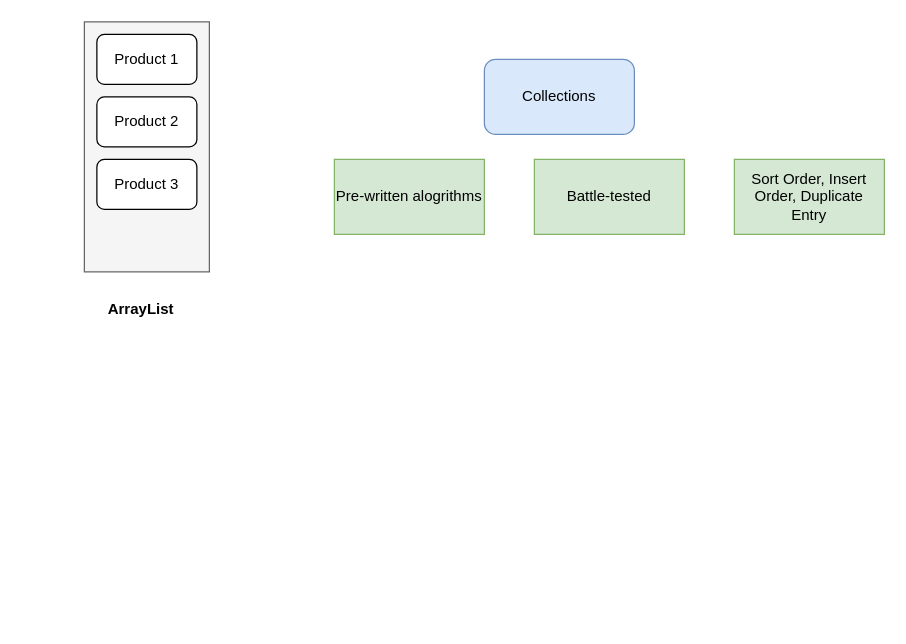
Earlier version of the draw.io diagram page "Collections" (8 of 8) of java/diagrams/java-workflow.drawio (aukokyong/jfs-master). Source tidied: cells renumbered, new cells numbered last; positions are measured from the earlier drawing's top-left corner, leaving out a move shared by most shapes. Both pictures are drawn from the tidied source at 125%, with x=0, y=0 at pixel (84, 21).
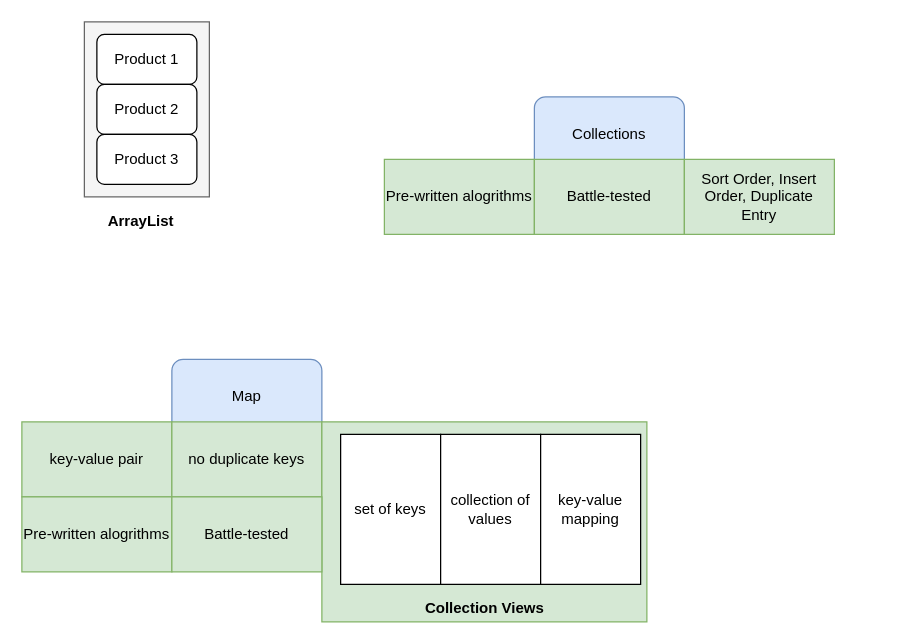
Above is the later version.

Diff of the diagram source:
```diff
@@
     <mxCell id="2" style="rounded=0;whiteSpace=wrap;html=1;align=left;fillColor=#f5f5f5;strokeColor=#666666;fontColor=#333333;" parent="1" vertex="1">
-      <mxGeometry width="100" height="200" as="geometry" />
+      <mxGeometry width="100" height="140" as="geometry" />
     </mxCell>
@@
     <mxCell id="4" value="Product 2" style="rounded=1;whiteSpace=wrap;html=1;align=center;" parent="1" vertex="1">
-      <mxGeometry x="10" y="60" width="80" height="40" as="geometry" />
+      <mxGeometry x="10" y="50" width="80" height="40" as="geometry" />
     </mxCell>
     <mxCell id="5" value="Product 3" style="rounded=1;whiteSpace=wrap;html=1;align=center;" parent="1" vertex="1">
-      <mxGeometry x="10" y="110" width="80" height="40" as="geometry" />
+      <mxGeometry x="10" y="90" width="80" height="40" as="geometry" />
     </mxCell>
     <mxCell id="6" value="ArrayList" style="text;html=1;align=center;verticalAlign=middle;fontStyle=1;" parent="1" vertex="1">
-      <mxGeometry x="10" y="220" width="70" height="20" as="geometry" />
+      <mxGeometry x="10" y="150" width="70" height="20" as="geometry" />
     </mxCell>
     <mxCell id="7" value="Collections" style="rounded=1;whiteSpace=wrap;html=1;align=center;fillColor=#dae8fc;strokeColor=#6c8ebf;" parent="1" vertex="1">
-      <mxGeometry x="320" y="30" width="120" height="60" as="geometry" />
+      <mxGeometry x="360" y="60" width="120" height="60" as="geometry" />
     </mxCell>
     <mxCell id="8" value="Pre-written alogrithms" style="rounded=0;whiteSpace=wrap;html=1;align=center;fillColor=#d5e8d4;strokeColor=#82b366;" parent="1" vertex="1">
-      <mxGeometry x="200" y="110" width="120" height="60" as="geometry" />
+      <mxGeometry x="240" y="110" width="120" height="60" as="geometry" />
     </mxCell>
@@
     <mxCell id="10" value="Sort Order, Insert Order, Duplicate Entry" style="rounded=0;whiteSpace=wrap;html=1;align=center;fillColor=#d5e8d4;strokeColor=#82b366;" parent="1" vertex="1">
-      <mxGeometry x="520" y="110" width="120" height="60" as="geometry" />
+      <mxGeometry x="480" y="110" width="120" height="60" as="geometry" />
     </mxCell>
+    <mxCell id="11" value="Map" style="rounded=1;whiteSpace=wrap;html=1;align=center;fillColor=#dae8fc;strokeColor=#6c8ebf;" parent="1" vertex="1">
+      <mxGeometry x="70" y="270" width="120" height="60" as="geometry" />
+    </mxCell>
+    <mxCell id="12" value="key-value pair" style="rounded=0;whiteSpace=wrap;html=1;align=center;fillColor=#d5e8d4;strokeColor=#82b366;" parent="1" vertex="1">
+      <mxGeometry x="-50" y="320" width="120" height="60" as="geometry" />
+    </mxCell>
+    <mxCell id="13" value="no duplicate keys" style="rounded=0;whiteSpace=wrap;html=1;align=center;fillColor=#d5e8d4;strokeColor=#82b366;" parent="1" vertex="1">
+      <mxGeometry x="70" y="320" width="120" height="60" as="geometry" />
+    </mxCell>
+    <mxCell id="14" style="rounded=0;whiteSpace=wrap;html=1;align=center;fillColor=#d5e8d4;strokeColor=#82b366;" parent="1" vertex="1">
+      <mxGeometry x="190" y="320" width="260" height="160" as="geometry" />
+    </mxCell>
+    <mxCell id="15" value="set of keys" style="rounded=0;whiteSpace=wrap;html=1;align=center;" parent="1" vertex="1">
+      <mxGeometry x="205" y="330" width="80" height="120" as="geometry" />
+    </mxCell>
+    <mxCell id="16" value="collection of values" style="rounded=0;whiteSpace=wrap;html=1;align=center;" parent="1" vertex="1">
+      <mxGeometry x="285" y="330" width="80" height="120" as="geometry" />
+    </mxCell>
+    <mxCell id="17" value="key-value mapping" style="rounded=0;whiteSpace=wrap;html=1;align=center;" parent="1" vertex="1">
+      <mxGeometry x="365" y="330" width="80" height="120" as="geometry" />
+    </mxCell>
+    <mxCell id="18" value="Collection Views" style="text;html=1;align=center;verticalAlign=middle;fontStyle=1;" parent="1" vertex="1">
+      <mxGeometry x="265" y="459" width="110" height="20" as="geometry" />
+    </mxCell>
+    <mxCell id="19" value="Pre-written alogrithms" style="rounded=0;whiteSpace=wrap;html=1;align=center;fillColor=#d5e8d4;strokeColor=#82b366;" parent="1" vertex="1">
+      <mxGeometry x="-50" y="380" width="120" height="60" as="geometry" />
+    </mxCell>
+    <mxCell id="20" value="Battle-tested" style="rounded=0;whiteSpace=wrap;html=1;align=center;fillColor=#d5e8d4;strokeColor=#82b366;" parent="1" vertex="1">
+      <mxGeometry x="70" y="380" width="120" height="60" as="geometry" />
+    </mxCell>
```
